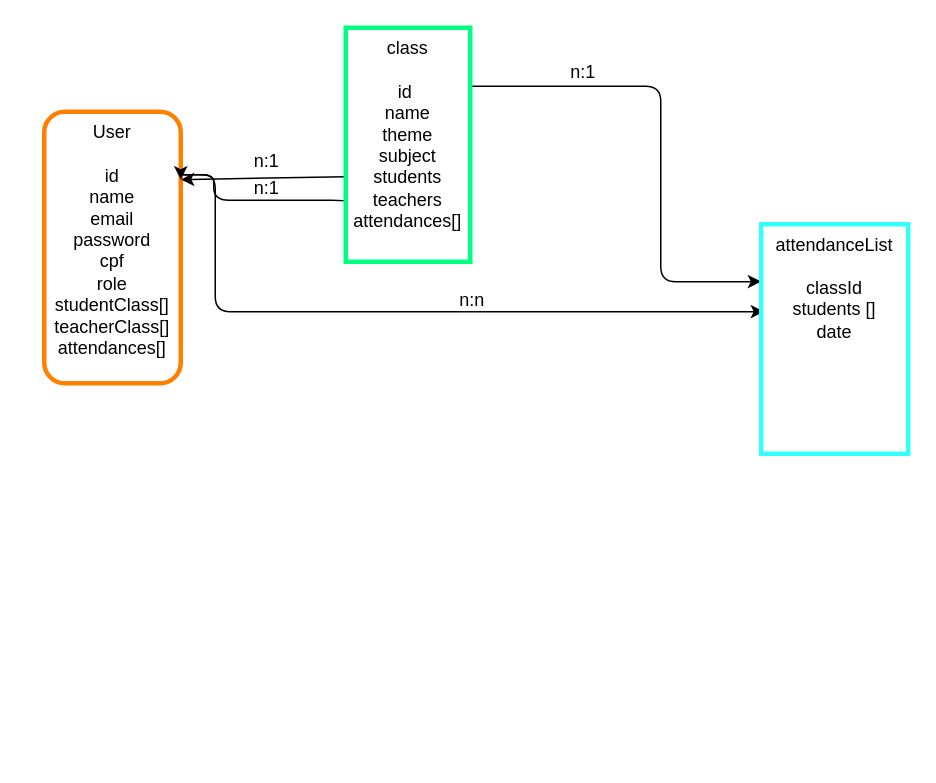
Leonardo-KF/C0017-Back2 keeps this draw.io diagram as server/project.drawio. Above is the earlier version. Source tidied: cells renumbered, new cells numbered last; positions are measured from the earlier drawing's top-left corner, leaving out a move shared by most shapes. Both pictures are drawn from the tidied source at 150%, with x=0, y=0 at pixel (44, 27).
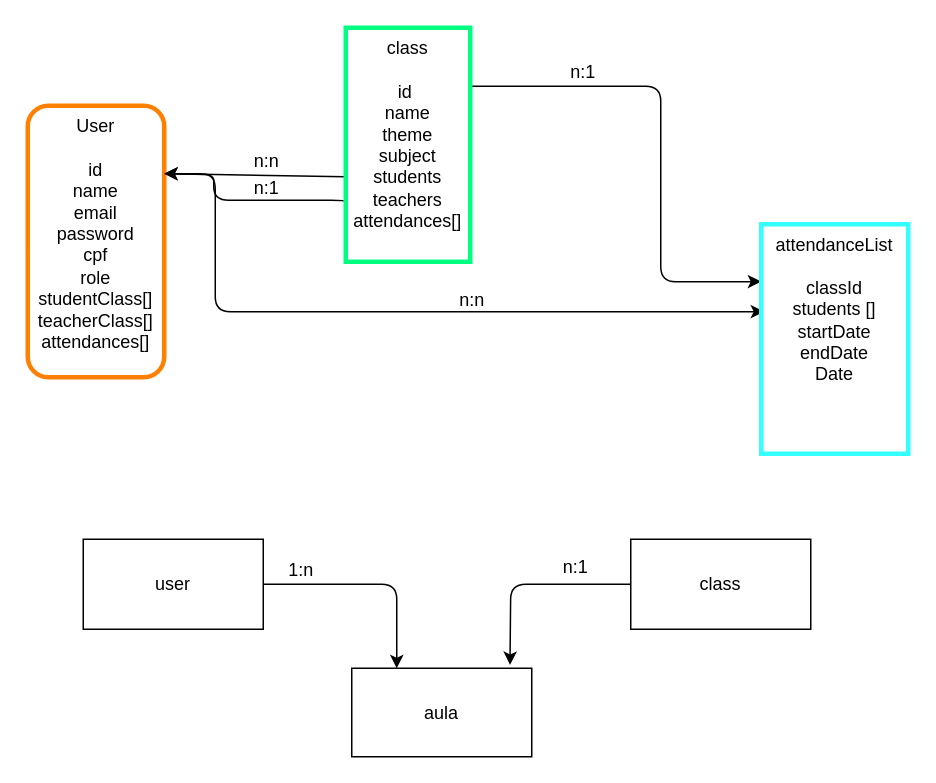
Above is the later version.

Diff of the diagram source:
```diff
@@
     <mxCell id="3" value="User&lt;br&gt;&lt;br&gt;id&lt;br&gt;name&lt;br&gt;email&lt;br&gt;password&lt;br&gt;cpf&lt;br&gt;role&lt;br&gt;studentClass[]&lt;br&gt;teacherClass[]&lt;br&gt;attendances[]" style="rounded=1;whiteSpace=wrap;html=1;verticalAlign=top;strokeWidth=3;strokeColor=#FF8000;" parent="1" vertex="1">
-      <mxGeometry y="56" width="91" height="181" as="geometry" />
+      <mxGeometry x="-11" y="52" width="91" height="181" as="geometry" />
     </mxCell>
@@
-    <mxCell id="8" value="n:1" style="text;html=1;align=center;verticalAlign=middle;strokeColor=none;fillColor=none;" parent="1" vertex="1">
+    <mxCell id="8" value="n:n" style="text;html=1;align=center;verticalAlign=middle;strokeColor=none;fillColor=none;" parent="1" vertex="1">
       <mxGeometry x="134" y="80" width="27" height="18" as="geometry" />
     </mxCell>
@@
-    <mxCell id="10" value="attendanceList&lt;br&gt;&lt;br&gt;classId&lt;br&gt;students []&lt;br&gt;date" style="whiteSpace=wrap;html=1;strokeColor=#33FFFF;strokeWidth=3;verticalAlign=top;" parent="1" vertex="1">
+    <mxCell id="10" value="attendanceList&lt;br&gt;&lt;br&gt;classId&lt;br&gt;students []&lt;br&gt;startDate&lt;br&gt;endDate&lt;br&gt;Date" style="whiteSpace=wrap;html=1;strokeColor=#33FFFF;strokeWidth=3;verticalAlign=top;" parent="1" vertex="1">
       <mxGeometry x="478" y="131" width="98" height="153" as="geometry" />
     </mxCell>
@@
+    <mxCell id="13" style="edgeStyle=orthogonalEdgeStyle;html=1;exitX=1;exitY=0.5;exitDx=0;exitDy=0;entryX=0.25;entryY=0;entryDx=0;entryDy=0;" parent="1" edge="1" source="14" target="17">
+      <mxGeometry relative="1" as="geometry" />
+    </mxCell>
+    <mxCell id="14" value="user" style="whiteSpace=wrap;html=1;" parent="1" vertex="1">
+      <mxGeometry x="26" y="341" width="120" height="60" as="geometry" />
+    </mxCell>
+    <mxCell id="15" style="edgeStyle=orthogonalEdgeStyle;html=1;exitX=0;exitY=0.5;exitDx=0;exitDy=0;" parent="1" edge="1" source="16">
+      <mxGeometry relative="1" as="geometry">
+        <mxPoint x="310.5" y="424.8" as="targetPoint" />
+      </mxGeometry>
+    </mxCell>
+    <mxCell id="16" value="class" style="whiteSpace=wrap;html=1;" parent="1" vertex="1">
+      <mxGeometry x="391" y="341" width="120" height="60" as="geometry" />
+    </mxCell>
+    <mxCell id="17" value="aula&lt;br&gt;" style="whiteSpace=wrap;html=1;" parent="1" vertex="1">
+      <mxGeometry x="205" y="427" width="120" height="59" as="geometry" />
+    </mxCell>
+    <mxCell id="18" value="1:n" style="text;html=1;align=center;verticalAlign=middle;strokeColor=none;fillColor=none;" parent="1" vertex="1">
+      <mxGeometry x="157" y="353" width="27" height="18" as="geometry" />
+    </mxCell>
+    <mxCell id="19" value="n:1" style="text;html=1;align=center;verticalAlign=middle;strokeColor=none;fillColor=none;" parent="1" vertex="1">
+      <mxGeometry x="340" y="351" width="27" height="18" as="geometry" />
+    </mxCell>
```
